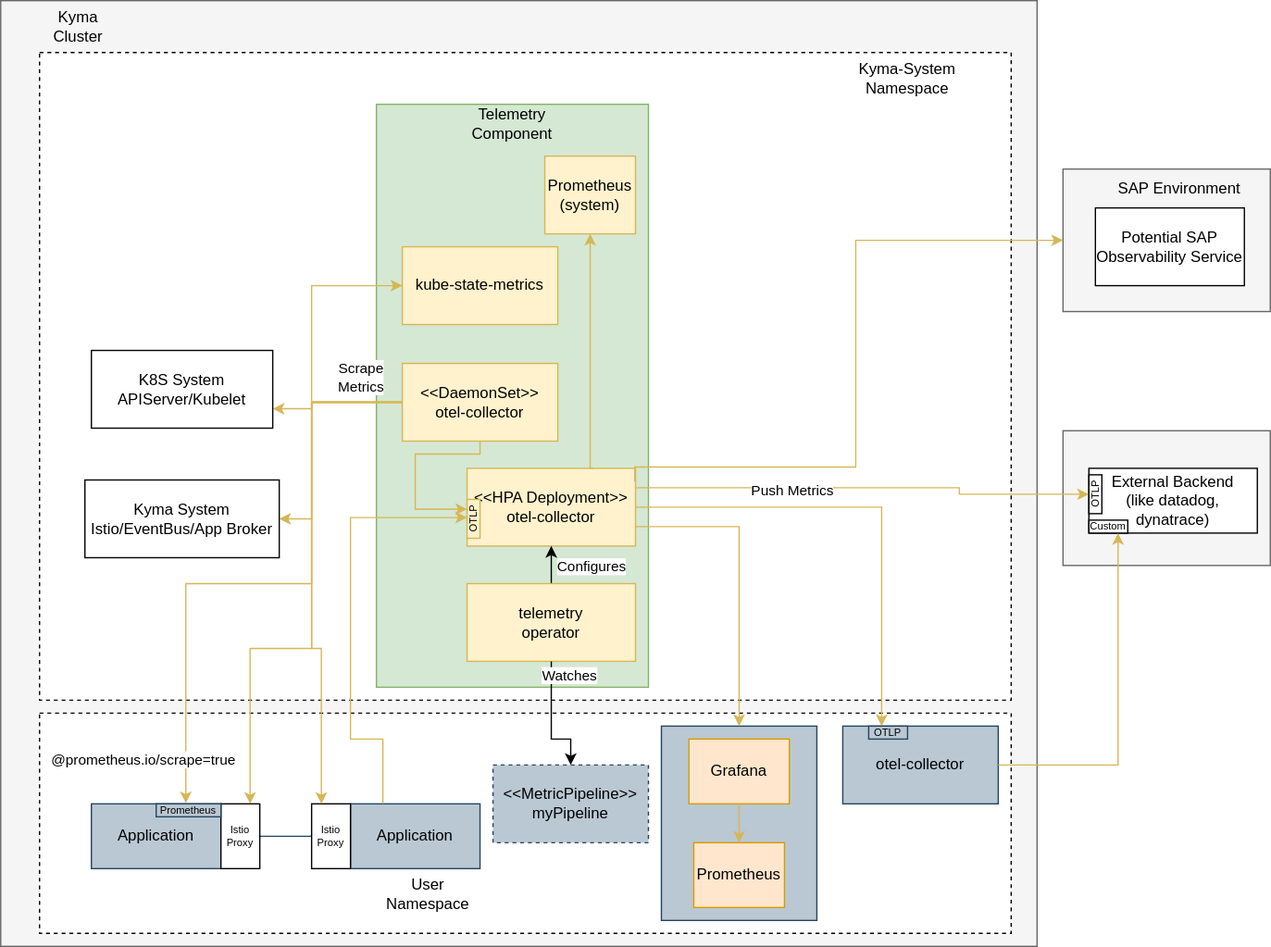
Earlier version of the draw.io export concepts/observability-strategy/configurable-monitoring/assets/monitoring-arch.drawio.svg (kyma-project/community). Source tidied: cells renumbered, new cells last; positions are measured from the earlier drawing's top-left corner, leaving out a move shared by most shapes.
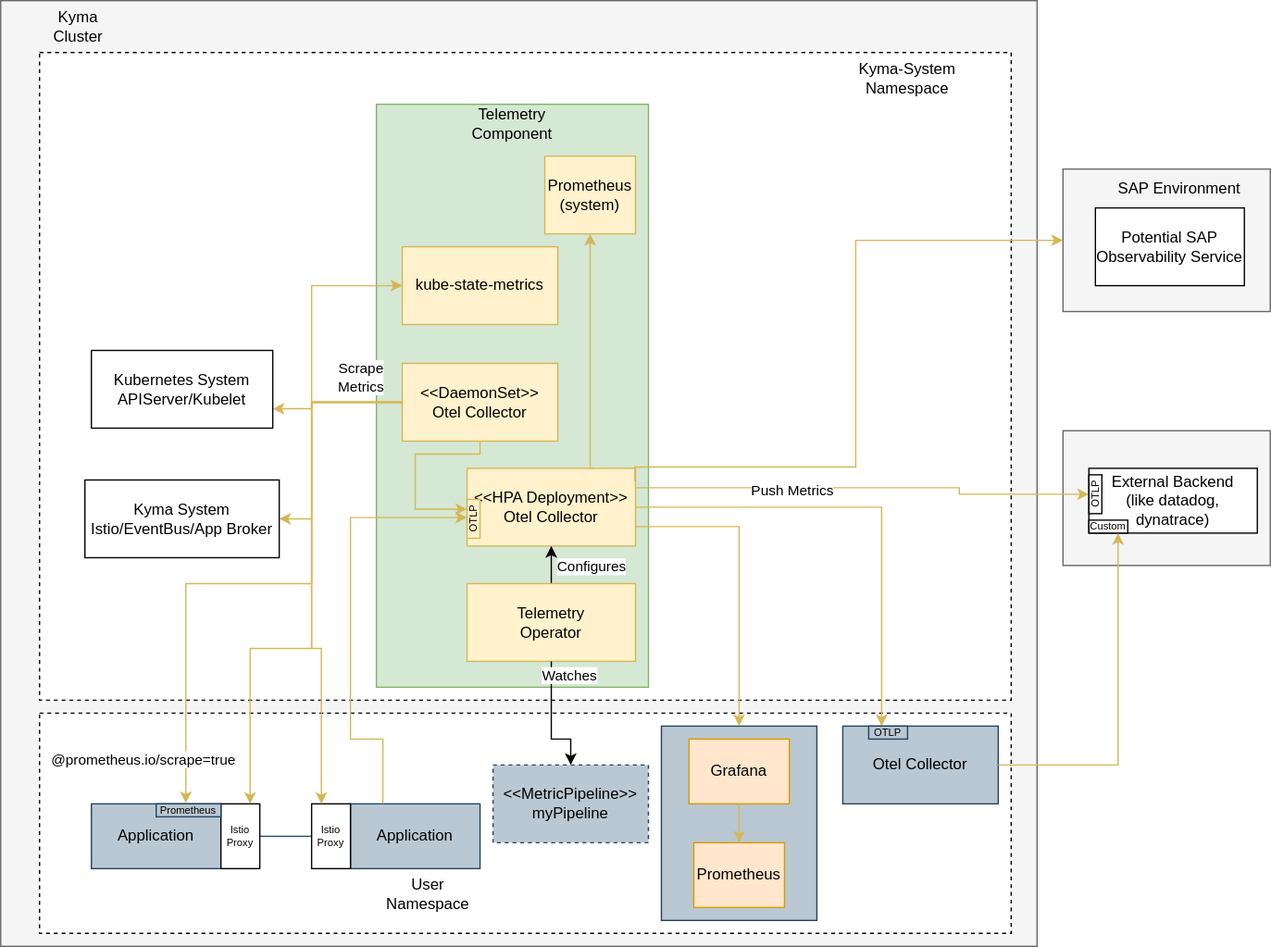
After the change.

What changed in the source:
```diff
@@ -42,7 +42,7 @@
         </Array>
       </mxGeometry>
     </mxCell>
-    <mxCell id="10" value="&amp;lt;&amp;lt;HPA Deployment&amp;gt;&amp;gt;&lt;br&gt;otel-collector" style="rounded=0;whiteSpace=wrap;html=1;fillColor=#fff2cc;strokeColor=#d6b656;fontColor=#000000;" parent="1" vertex="1">
+    <mxCell id="10" value="&amp;lt;&amp;lt;HPA Deployment&amp;gt;&amp;gt;&lt;br&gt;Otel Collector" style="rounded=0;whiteSpace=wrap;html=1;fillColor=#fff2cc;strokeColor=#d6b656;fontColor=#000000;" parent="1" vertex="1">
       <mxGeometry x="360" y="361" width="130" height="60" as="geometry" />
     </mxCell>
     <mxCell id="11" value="Application" style="rounded=0;whiteSpace=wrap;html=1;fillColor=#bac8d3;strokeColor=#23445d;fontColor=#000000;" parent="1" vertex="1">
@@ -51,7 +51,7 @@
     <mxCell id="12" value="Kyma System&lt;br&gt;Istio/EventBus/App Broker" style="rounded=0;whiteSpace=wrap;html=1;fillColor=#FFFFFF;strokeColor=#000000;fontColor=#000000;" parent="1" vertex="1">
       <mxGeometry x="65" y="370" width="150" height="60" as="geometry" />
     </mxCell>
-    <mxCell id="13" value="K8S System&lt;br&gt;APIServer/Kubelet" style="rounded=0;whiteSpace=wrap;html=1;fillColor=#FFFFFF;strokeColor=#000000;fontColor=#000000;" parent="1" vertex="1">
+    <mxCell id="13" value="Kubernetes System&lt;br&gt;APIServer/Kubelet" style="rounded=0;whiteSpace=wrap;html=1;fillColor=#FFFFFF;strokeColor=#000000;fontColor=#000000;" parent="1" vertex="1">
       <mxGeometry x="70" y="270" width="140" height="60" as="geometry" />
     </mxCell>
     <mxCell id="14" value="Kyma Cluster" style="text;html=1;strokeColor=none;fillColor=none;align=center;verticalAlign=middle;whiteSpace=wrap;rounded=0;fontColor=#000000;" parent="1" vertex="1">
@@ -143,7 +143,7 @@
         <mxPoint x="32" y="6" as="offset" />
       </mxGeometry>
     </mxCell>
-    <mxCell id="33" value="telemetry&lt;br&gt;operator" style="rounded=0;whiteSpace=wrap;html=1;fillColor=#fff2cc;strokeColor=#d6b656;fontColor=#000000;" parent="1" vertex="1">
+    <mxCell id="33" value="Telemetry&lt;br&gt;Operator" style="rounded=0;whiteSpace=wrap;html=1;fillColor=#fff2cc;strokeColor=#d6b656;fontColor=#000000;" parent="1" vertex="1">
       <mxGeometry x="360" y="450" width="130" height="60" as="geometry" />
     </mxCell>
     <mxCell id="34" value="&amp;lt;&amp;lt;MetricPipeline&amp;gt;&amp;gt;&lt;br&gt;myPipeline" style="rounded=0;whiteSpace=wrap;html=1;fillColor=#bac8d3;strokeColor=#23445d;fontColor=#000000;dashed=1;" parent="1" vertex="1">
@@ -184,7 +184,7 @@
     <mxCell id="41" value="OTLP" style="rounded=0;whiteSpace=wrap;html=1;fontSize=8;rotation=-90;" parent="1" vertex="1">
       <mxGeometry x="830" y="376" width="30" height="10" as="geometry" />
     </mxCell>
-    <mxCell id="42" value="otel-collector" style="rounded=0;whiteSpace=wrap;html=1;fillColor=#bac8d3;strokeColor=#23445d;" parent="1" vertex="1">
+    <mxCell id="42" value="Otel Collector" style="rounded=0;whiteSpace=wrap;html=1;fillColor=#bac8d3;strokeColor=#23445d;" parent="1" vertex="1">
       <mxGeometry x="650" y="560" width="120" height="60" as="geometry" />
     </mxCell>
     <mxCell id="43" style="edgeStyle=orthogonalEdgeStyle;rounded=0;jettySize=auto;html=1;fillColor=#fff2cc;strokeColor=#d6b656;jumpStyle=gap;exitX=1;exitY=0.5;exitDx=0;exitDy=0;entryX=0.25;entryY=0;entryDx=0;entryDy=0;" parent="1" edge="1" source="10" target="42">
@@ -220,7 +220,7 @@
         </Array>
       </mxGeometry>
     </mxCell>
-    <mxCell id="52" value="&amp;lt;&amp;lt;DaemonSet&amp;gt;&amp;gt;&lt;br&gt;otel-collector" style="rounded=0;whiteSpace=wrap;html=1;fillColor=#fff2cc;strokeColor=#d6b656;fontColor=#000000;" parent="1" vertex="1">
+    <mxCell id="52" value="&amp;lt;&amp;lt;DaemonSet&amp;gt;&amp;gt;&lt;br&gt;Otel Collector" style="rounded=0;whiteSpace=wrap;html=1;fillColor=#fff2cc;strokeColor=#d6b656;fontColor=#000000;" parent="1" vertex="1">
       <mxGeometry x="310" y="280" width="120" height="60" as="geometry" />
     </mxCell>
     <mxCell id="53" value="Prometheus&lt;br&gt;(system)" style="rounded=0;whiteSpace=wrap;html=1;fillColor=#fff2cc;strokeColor=#d6b656;" parent="1" vertex="1">
```
